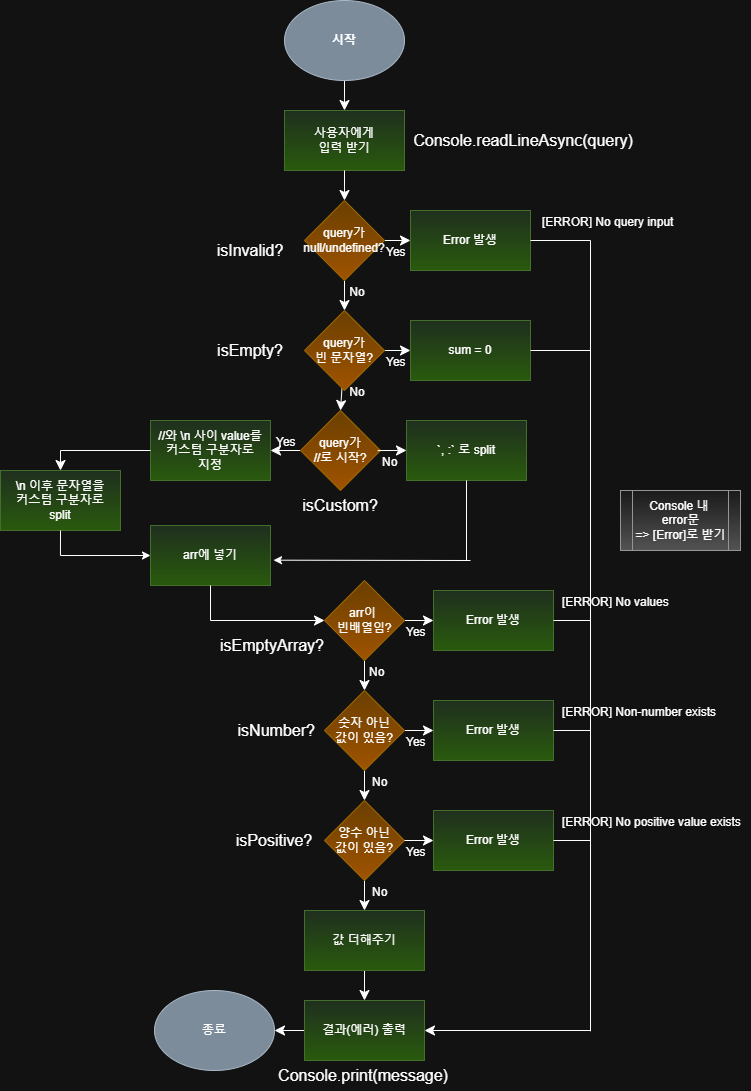
Earlier version of the draw.io export images/flowchart_1w.png (LeeKangRyong/javascript-calculator-8). Source tidied: cells renumbered, new cells last; positions are measured from the earlier drawing's top-left corner, leaving out a move shared by most shapes.
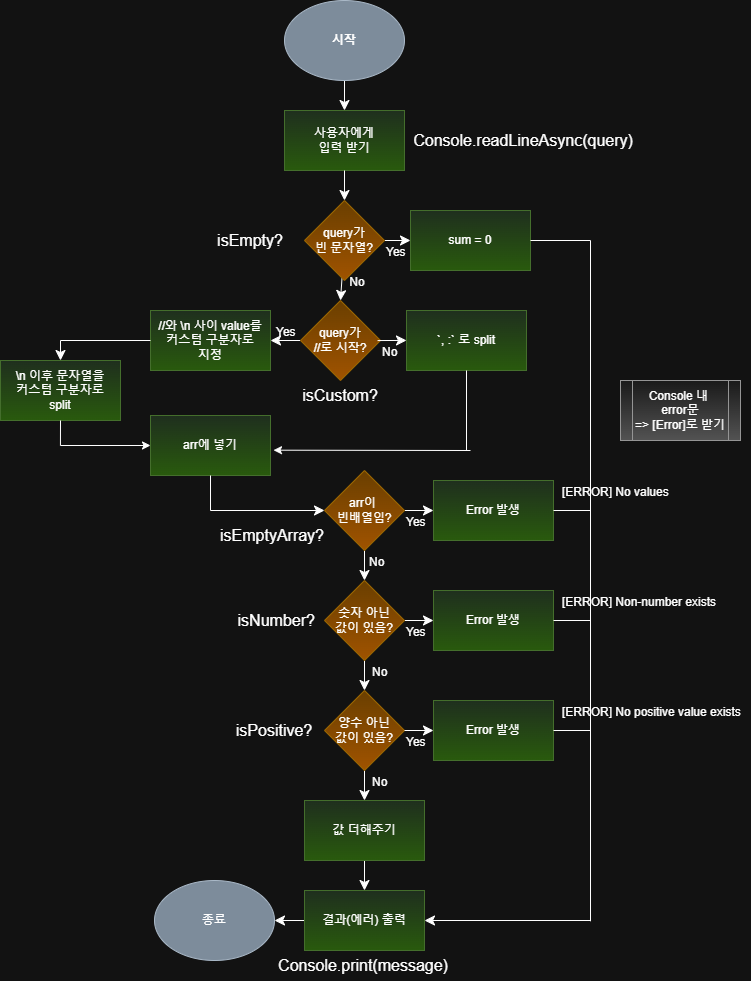
After the change.

Commit message:
docs(README): fix flowchart and todolist

What changed in the source:
```diff
@@ -6,13 +6,13 @@
       <mxGeometry relative="1" as="geometry" />
     </mxCell>
     <mxCell id="3" value="&lt;b&gt;&lt;font style=&quot;color: light-dark(rgb(0, 0, 0), rgb(255, 255, 255));&quot;&gt;시작&lt;/font&gt;&lt;/b&gt;" style="ellipse;whiteSpace=wrap;html=1;fillColor=#647687;strokeColor=#314354;fontColor=#ffffff;" parent="1" vertex="1">
-      <mxGeometry x="284" width="120" height="80" as="geometry" />
+      <mxGeometry x="284" y="110" width="120" height="80" as="geometry" />
     </mxCell>
     <mxCell id="4" value="사용자에게&lt;div&gt;입력 받기&lt;/div&gt;" style="rounded=0;whiteSpace=wrap;html=1;fillColor=#d5e8d4;strokeColor=#82b366;gradientColor=#97d077;" parent="1" vertex="1">
-      <mxGeometry x="284" y="110" width="120" height="60" as="geometry" />
+      <mxGeometry x="284" y="220" width="120" height="60" as="geometry" />
     </mxCell>
     <mxCell id="5" value="Console.readLineAsync(query)" style="text;strokeColor=none;fillColor=none;html=1;align=center;verticalAlign=middle;whiteSpace=wrap;rounded=0;fontSize=16;" parent="1" vertex="1">
-      <mxGeometry x="493" y="125" width="60" height="30" as="geometry" />
+      <mxGeometry x="493" y="235" width="60" height="30" as="geometry" />
     </mxCell>
     <mxCell id="6" style="edgeStyle=none;curved=1;rounded=0;jettySize=auto;html=1;fontSize=12;startSize=8;endSize=8;" parent="1" edge="1" source="8" target="9">
       <mxGeometry relative="1" as="geometry" />
@@ -142,7 +142,7 @@
     </mxCell>
     <mxCell id="43" style="endArrow=none;html=1;rounded=0;fontSize=12;startSize=8;endSize=8;curved=1;" parent="1" edge="1">
       <mxGeometry relative="1" as="geometry">
-        <mxPoint x="590" y="240" as="sourcePoint" />
+        <mxPoint x="590" y="350" as="sourcePoint" />
         <mxPoint x="590" y="1030.8" as="targetPoint" />
       </mxGeometry>
     </mxCell>
@@ -151,35 +151,11 @@
         <mxPoint x="590" y="1030" as="sourcePoint" />
       </mxGeometry>
     </mxCell>
-    <mxCell id="45" style="edgeStyle=none;curved=1;rounded=0;jettySize=auto;html=1;entryX=0.5;entryY=0;entryDx=0;entryDy=0;fontSize=12;startSize=8;endSize=8;" parent="1" edge="1" source="47" target="8">
-      <mxGeometry relative="1" as="geometry" />
-    </mxCell>
-    <mxCell id="46" style="edgeStyle=none;curved=1;rounded=0;jettySize=auto;html=1;entryX=0;entryY=0.5;entryDx=0;entryDy=0;fontSize=12;startSize=8;endSize=8;" parent="1" edge="1" source="47" target="49">
-      <mxGeometry relative="1" as="geometry" />
-    </mxCell>
-    <mxCell id="47" value="query가&lt;div&gt;null/undefined?&lt;/div&gt;" style="rhombus;whiteSpace=wrap;html=1;fillColor=#ffcd28;gradientColor=#ffa500;strokeColor=#d79b00;" parent="1" vertex="1">
-      <mxGeometry x="304" y="200" width="80" height="80" as="geometry" />
-    </mxCell>
-    <mxCell id="48" style="edgeStyle=none;curved=1;rounded=0;jettySize=auto;html=1;entryX=0.5;entryY=0;entryDx=0;entryDy=0;fontSize=12;startSize=8;endSize=8;" parent="1" edge="1" source="4" target="47">
-      <mxGeometry relative="1" as="geometry" />
+    <mxCell id="48" style="edgeStyle=none;curved=1;rounded=0;jettySize=auto;html=1;entryX=0.5;entryY=0;entryDx=0;entryDy=0;fontSize=12;startSize=8;endSize=8;" parent="1" edge="1" source="4">
+      <mxGeometry relative="1" as="geometry">
+        <mxPoint x="344" y="310" as="targetPoint" />
+      </mxGeometry>
     </mxCell>
-    <mxCell id="49" value="Error 발생" style="whiteSpace=wrap;html=1;fillColor=#d5e8d4;gradientColor=#97d077;strokeColor=#82b366;" parent="1" vertex="1">
-      <mxGeometry x="410" y="210" width="120" height="60" as="geometry" />
-    </mxCell>
-    <mxCell id="50" value="&lt;font style=&quot;font-size: 12px;&quot;&gt;Yes&lt;/font&gt;" style="text;strokeColor=none;fillColor=none;html=1;align=left;verticalAlign=middle;whiteSpace=wrap;rounded=0;fontSize=16;" parent="1" vertex="1">
-      <mxGeometry x="384" y="240" width="26" height="20" as="geometry" />
-    </mxCell>
-    <mxCell id="51" style="endArrow=none;html=1;rounded=0;fontSize=12;startSize=8;endSize=8;curved=1;exitX=1;exitY=0.5;exitDx=0;exitDy=0;" parent="1" edge="1" source="49">
-      <mxGeometry relative="1" as="geometry">
-        <mxPoint x="590" y="240" as="targetPoint" />
-      </mxGeometry>
-    </mxCell>
-    <mxCell id="52" value="&lt;font style=&quot;font-size: 12px;&quot;&gt;No&lt;/font&gt;" style="text;strokeColor=none;fillColor=none;html=1;align=center;verticalAlign=middle;whiteSpace=wrap;rounded=0;fontSize=16;" parent="1" vertex="1">
-      <mxGeometry x="344" y="280" width="26" height="20" as="geometry" />
-    </mxCell>
-    <mxCell id="53" value="&lt;font style=&quot;font-size: 12px;&quot;&gt;[ERROR] No query input&lt;/font&gt;" style="text;strokeColor=none;fillColor=none;html=1;align=left;verticalAlign=middle;whiteSpace=wrap;rounded=0;fontSize=16;" parent="1" vertex="1">
-      <mxGeometry x="540" y="210" width="160" height="20" as="geometry" />
-    </mxCell>
     <mxCell id="54" value="&lt;font style=&quot;font-size: 12px;&quot;&gt;[ERROR] Non-number exists&lt;/font&gt;" style="text;strokeColor=none;fillColor=none;html=1;align=left;verticalAlign=middle;whiteSpace=wrap;rounded=0;fontSize=16;" parent="1" vertex="1">
       <mxGeometry x="560" y="700" width="160" height="20" as="geometry" />
     </mxCell>
@@ -266,9 +242,6 @@
     <mxCell id="75" value="isEmpty?" style="text;strokeColor=none;fillColor=none;html=1;align=center;verticalAlign=middle;whiteSpace=wrap;rounded=0;fontSize=16;" parent="1" vertex="1">
       <mxGeometry x="200" y="335" width="100" height="30" as="geometry" />
     </mxCell>
-    <mxCell id="76" value="isInvalid?" style="text;strokeColor=none;fillColor=none;html=1;align=center;verticalAlign=middle;whiteSpace=wrap;rounded=0;fontSize=16;" parent="1" vertex="1">
-      <mxGeometry x="200" y="235" width="100" height="30" as="geometry" />
-    </mxCell>
     <mxCell id="77" value="isCustom?" style="text;strokeColor=none;fillColor=none;html=1;align=center;verticalAlign=middle;whiteSpace=wrap;rounded=0;fontSize=16;" parent="1" vertex="1">
       <mxGeometry x="290" y="490" width="100" height="30" as="geometry" />
     </mxCell>
```
